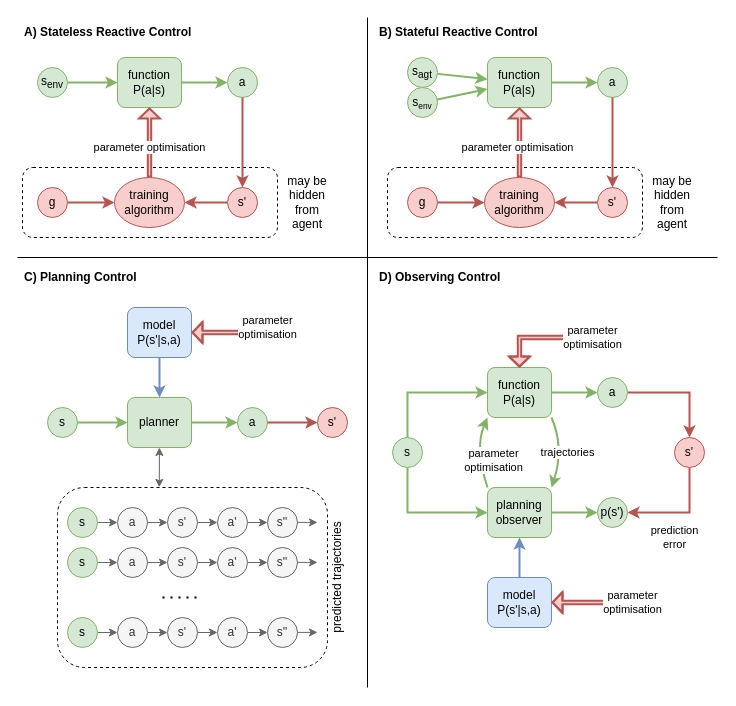
Before: page "ext-control-algs" (2 of 12) of files/A-coherent-theory-v1.drawio in malcolmlett/malcolmlett.github.io, a draw.io diagram. Source tidied: cells renumbered, new cells numbered last; positions are measured from the earlier drawing's top-left corner, leaving out a move shared by most shapes. Both pictures are drawn from the tidied source at 100%, with x=0, y=0 at pixel (17, 17).
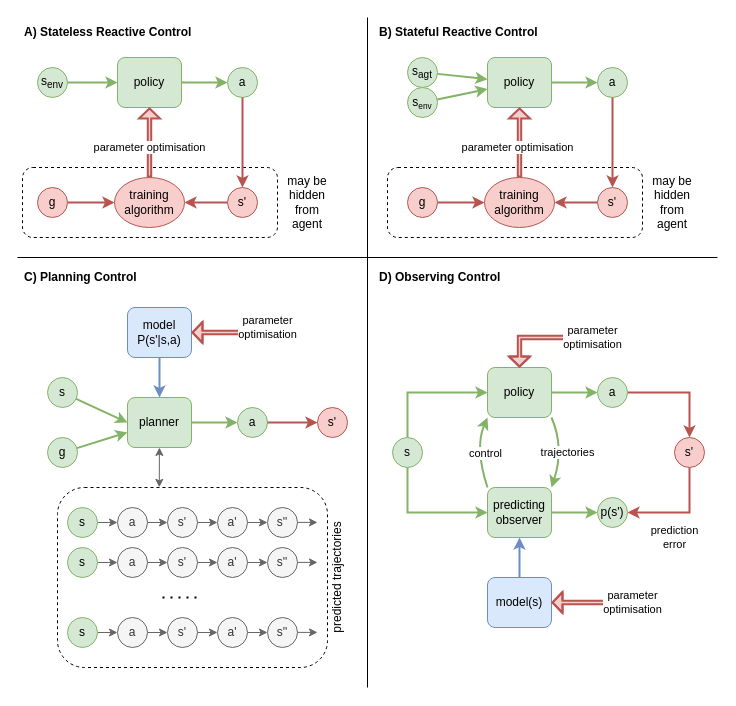
Above is the later version.

Unchanged cells that the change refers to:
```xml
<mxCell id="31" value="planner" style="rounded=1;whiteSpace=wrap;html=1;fillColor=#d5e8d4;strokeColor=#82b366;" parent="1" vertex="1">
  <mxGeometry x="110" y="380" width="64" height="50" as="geometry" />
</mxCell>
<mxCell id="92" style="edgeStyle=none;curved=1;jettySize=auto;html=1;entryX=0;entryY=1;entryDx=0;entryDy=0;strokeWidth=2;startArrow=none;startFill=0;endArrow=classic;endFill=1;exitX=0;exitY=0;exitDx=0;exitDy=0;fillColor=#d5e8d4;strokeColor=#82b366;" parent="1" edge="1" source="94" target="85">
  <mxGeometry relative="1" as="geometry">
    <Array as="points">
      <mxPoint x="457" y="430" />
    </Array>
  </mxGeometry>
</mxCell>
```

The edit, as a diff of the source:
```diff
@@
-    <mxCell id="5" value="function&lt;br&gt;P(a|s)" style="rounded=1;whiteSpace=wrap;html=1;fillColor=#d5e8d4;strokeColor=#82b366;" parent="1" vertex="1">
+    <mxCell id="5" value="policy" style="rounded=1;whiteSpace=wrap;html=1;fillColor=#d5e8d4;strokeColor=#82b366;" parent="1" vertex="1">
       <mxGeometry x="100" y="40" width="64" height="50" as="geometry" />
     </mxCell>
@@
-    <mxCell id="16" value="function&lt;br&gt;P(a|s)" style="rounded=1;whiteSpace=wrap;html=1;fillColor=#d5e8d4;strokeColor=#82b366;" parent="1" vertex="1">
+    <mxCell id="16" value="policy" style="rounded=1;whiteSpace=wrap;html=1;fillColor=#d5e8d4;strokeColor=#82b366;" parent="1" vertex="1">
       <mxGeometry x="470" y="40" width="64" height="50" as="geometry" />
     </mxCell>
@@
     <mxCell id="33" value="s" style="ellipse;whiteSpace=wrap;html=1;fillColor=#d5e8d4;strokeColor=#82b366;" parent="1" vertex="1">
-      <mxGeometry x="30" y="390" width="30" height="30" as="geometry" />
+      <mxGeometry x="30" y="360" width="30" height="30" as="geometry" />
     </mxCell>
-    <mxCell id="34" style="edgeStyle=orthogonalEdgeStyle;rounded=0;jettySize=auto;html=1;strokeWidth=2;fillColor=#d5e8d4;strokeColor=#82b366;endArrow=classic;entryX=0;entryY=0.5;entryDx=0;entryDy=0;endFill=1;" parent="1" edge="1" source="33" target="31">
+    <mxCell id="34" style="rounded=0;jettySize=auto;html=1;strokeWidth=2;fillColor=#d5e8d4;strokeColor=#82b366;endArrow=classic;entryX=0;entryY=0.5;entryDx=0;entryDy=0;endFill=1;" parent="1" edge="1" source="33" target="31">
       <mxGeometry relative="1" as="geometry" />
     </mxCell>
@@
-    <mxCell id="85" value="function&lt;br&gt;P(a|s)" style="rounded=1;whiteSpace=wrap;html=1;fillColor=#d5e8d4;strokeColor=#82b366;" parent="1" vertex="1">
+    <mxCell id="85" value="policy" style="rounded=1;whiteSpace=wrap;html=1;fillColor=#d5e8d4;strokeColor=#82b366;" parent="1" vertex="1">
       <mxGeometry x="470" y="350" width="64" height="50" as="geometry" />
     </mxCell>
@@
-    <mxCell id="93" value="parameter&lt;br&gt;optimisation" style="edgeLabel;html=1;align=center;verticalAlign=middle;" parent="92" vertex="1">
+    <mxCell id="93" value="control" style="edgeLabel;html=1;align=center;verticalAlign=middle;" parent="92" vertex="1">
       <mxGeometry x="-0.27" y="-1" relative="1" as="geometry">
-        <mxPoint x="13" y="-2" as="offset" />
+        <mxPoint x="5" y="-9" as="offset" />
       </mxGeometry>
     </mxCell>
-    <mxCell id="94" value="planning&lt;br&gt;observer" style="rounded=1;whiteSpace=wrap;html=1;fillColor=#d5e8d4;strokeColor=#82b366;" parent="1" vertex="1">
+    <mxCell id="94" value="predicting&lt;br&gt;observer" style="rounded=1;whiteSpace=wrap;html=1;fillColor=#d5e8d4;strokeColor=#82b366;" parent="1" vertex="1">
       <mxGeometry x="470" y="470" width="64" height="50" as="geometry" />
     </mxCell>
@@
-    <mxCell id="99" value="model&lt;br&gt;P(s'|s,a)" style="rounded=1;whiteSpace=wrap;html=1;fillColor=#dae8fc;strokeColor=#6c8ebf;" parent="1" vertex="1">
+    <mxCell id="99" value="model(s)" style="rounded=1;whiteSpace=wrap;html=1;fillColor=#dae8fc;strokeColor=#6c8ebf;" parent="1" vertex="1">
       <mxGeometry x="470" y="560" width="64" height="50" as="geometry" />
     </mxCell>
@@
+    <mxCell id="102" style="rounded=0;jettySize=auto;html=1;strokeWidth=2;fillColor=#d5e8d4;strokeColor=#82b366;" parent="1" edge="1" source="103" target="31">
+      <mxGeometry relative="1" as="geometry" />
+    </mxCell>
+    <mxCell id="103" value="g" style="ellipse;whiteSpace=wrap;html=1;fillColor=#d5e8d4;strokeColor=#82b366;" parent="1" vertex="1">
+      <mxGeometry x="30" y="420" width="30" height="30" as="geometry" />
+    </mxCell>
```
